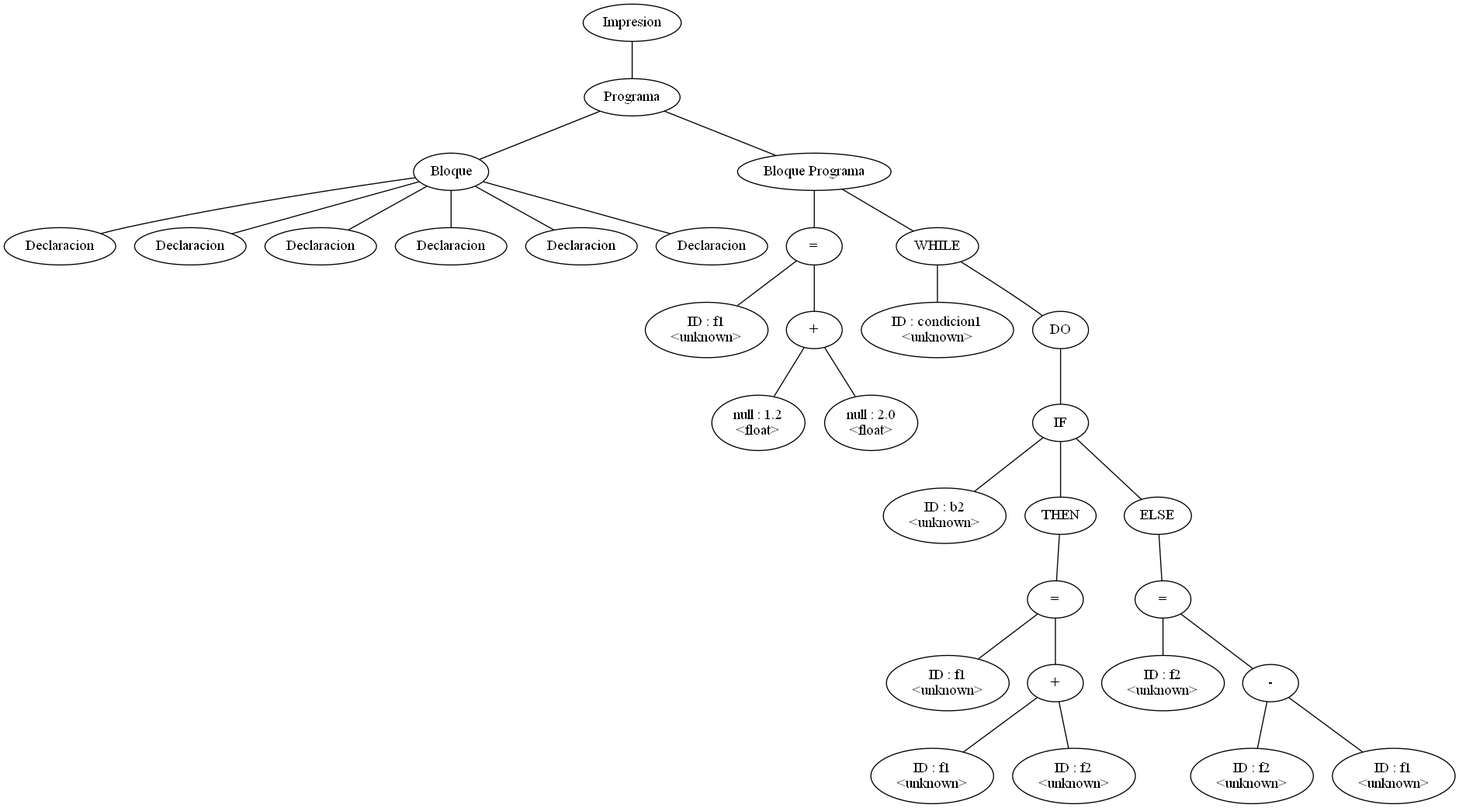
This is arbol.png from ignaciotorres31/compilador, a Graphviz export, as it was before one commit. Its source is kept beside it as arbol.dot.
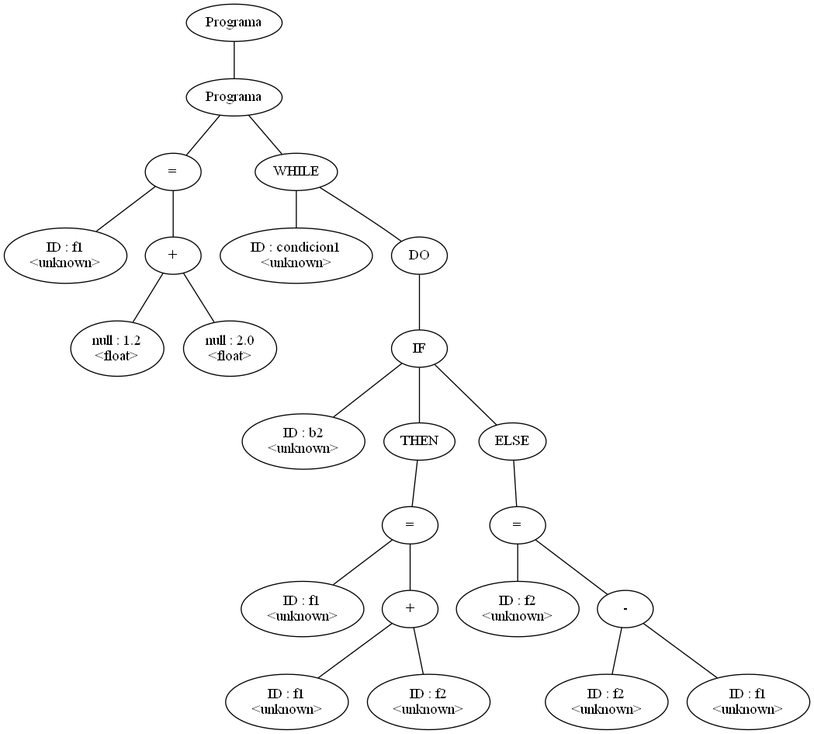
After the commit.

Commit message:
saco clase impresion y acomodo arbol

Diff of the diagram source:
```diff
@@ -1,64 +1,48 @@
-graph G {nodo_1436867844[label="Impresion"]
-nodo_366596214[label="Programa"]
-nodo_1436867844--nodo_366596214
-nodo_1630384033[label="Bloque"]
-nodo_366596214--nodo_1630384033
-nodo_1041733714[label="Declaracion"]
-nodo_1630384033--nodo_1041733714
-nodo_1302867561[label="Declaracion"]
-nodo_1630384033--nodo_1302867561
-nodo_371789258[label="Declaracion"]
-nodo_1630384033--nodo_371789258
-nodo_443938825[label="Declaracion"]
-nodo_1630384033--nodo_443938825
-nodo_404891165[label="Declaracion"]
-nodo_1630384033--nodo_404891165
-nodo_343246870[label="Declaracion"]
-nodo_1630384033--nodo_343246870
-nodo_1248628751[label="Bloque Programa"]
-nodo_366596214--nodo_1248628751
-nodo_2137824507[label="="]
-nodo_1248628751--nodo_2137824507
-nodo_1995923397[label="ID : f1\n<unknown>"]
-nodo_2137824507--nodo_1995923397
-nodo_1316641845[label="+"]
-nodo_2137824507--nodo_1316641845
-nodo_1622688029[label="null : 1.2\n<float>"]
-nodo_1316641845--nodo_1622688029
-nodo_929948530[label="null : 2.0\n<float>"]
-nodo_1316641845--nodo_929948530
-nodo_736795230[label="WHILE"]
-nodo_1248628751--nodo_736795230
-nodo_158897815[label="ID : condicion1\n<unknown>"]
-nodo_736795230--nodo_158897815
-nodo_913997879[label="DO"]
-nodo_736795230--nodo_913997879
-nodo_1859425273[label="IF"]
-nodo_913997879--nodo_1859425273
-nodo_286510103[label="ID : b2\n<unknown>"]
-nodo_1859425273--nodo_286510103
-nodo_1553087628[label="THEN"]
-nodo_1859425273--nodo_1553087628
-nodo_1049322513[label="="]
-nodo_1553087628--nodo_1049322513
-nodo_1946837858[label="ID : f1\n<unknown>"]
-nodo_1049322513--nodo_1946837858
-nodo_2071358080[label="+"]
-nodo_1049322513--nodo_2071358080
-nodo_911036222[label="ID : f1\n<unknown>"]
-nodo_2071358080--nodo_911036222
-nodo_1392709130[label="ID : f2\n<unknown>"]
-nodo_2071358080--nodo_1392709130
-nodo_1949660795[label="ELSE"]
-nodo_1859425273--nodo_1949660795
-nodo_1021255703[label="="]
-nodo_1949660795--nodo_1021255703
-nodo_1622649869[label="ID : f2\n<unknown>"]
-nodo_1021255703--nodo_1622649869
-nodo_722439503[label="-"]
-nodo_1021255703--nodo_722439503
-nodo_1960227067[label="ID : f2\n<unknown>"]
-nodo_722439503--nodo_1960227067
-nodo_835512814[label="ID : f1\n<unknown>"]
-nodo_722439503--nodo_835512814
+graph G {nodo_92999369[label="Programa"]
+nodo_731571826[label="Programa"]
+nodo_92999369--nodo_731571826
+nodo_1697189132[label="="]
+nodo_731571826--nodo_1697189132
+nodo_407407121[label="ID : f1\n<unknown>"]
+nodo_1697189132--nodo_407407121
+nodo_1502621328[label="+"]
+nodo_1697189132--nodo_1502621328
+nodo_633727654[label="null : 1.2\n<float>"]
+nodo_1502621328--nodo_633727654
+nodo_1416481129[label="null : 2.0\n<float>"]
+nodo_1502621328--nodo_1416481129
+nodo_215063002[label="WHILE"]
+nodo_731571826--nodo_215063002
+nodo_105628220[label="ID : condicion1\n<unknown>"]
+nodo_215063002--nodo_105628220
+nodo_1085788848[label="DO"]
+nodo_215063002--nodo_1085788848
+nodo_2049670478[label="IF"]
+nodo_1085788848--nodo_2049670478
+nodo_2050241688[label="ID : b2\n<unknown>"]
+nodo_2049670478--nodo_2050241688
+nodo_582374336[label="THEN"]
+nodo_2049670478--nodo_582374336
+nodo_1550460788[label="="]
+nodo_582374336--nodo_1550460788
+nodo_2097868986[label="ID : f1\n<unknown>"]
+nodo_1550460788--nodo_2097868986
+nodo_650222455[label="+"]
+nodo_1550460788--nodo_650222455
+nodo_913957948[label="ID : f1\n<unknown>"]
+nodo_650222455--nodo_913957948
+nodo_1000678400[label="ID : f2\n<unknown>"]
+nodo_650222455--nodo_1000678400
+nodo_285248750[label="ELSE"]
+nodo_2049670478--nodo_285248750
+nodo_993048474[label="="]
+nodo_285248750--nodo_993048474
+nodo_1108470980[label="ID : f2\n<unknown>"]
+nodo_993048474--nodo_1108470980
+nodo_1350976930[label="-"]
+nodo_993048474--nodo_1350976930
+nodo_1173673120[label="ID : f2\n<unknown>"]
+nodo_1350976930--nodo_1173673120
+nodo_2076588003[label="ID : f1\n<unknown>"]
+nodo_1350976930--nodo_2076588003
 }
```
